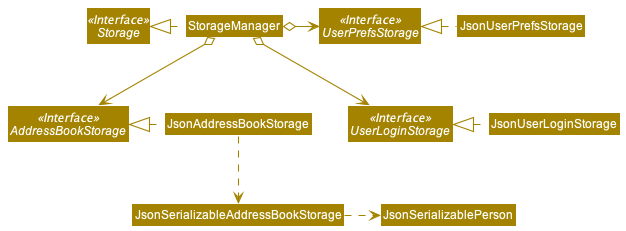
Above: docs/images/StorageClassDiagram.png in wireseo/tp (PlantUML), before the change.
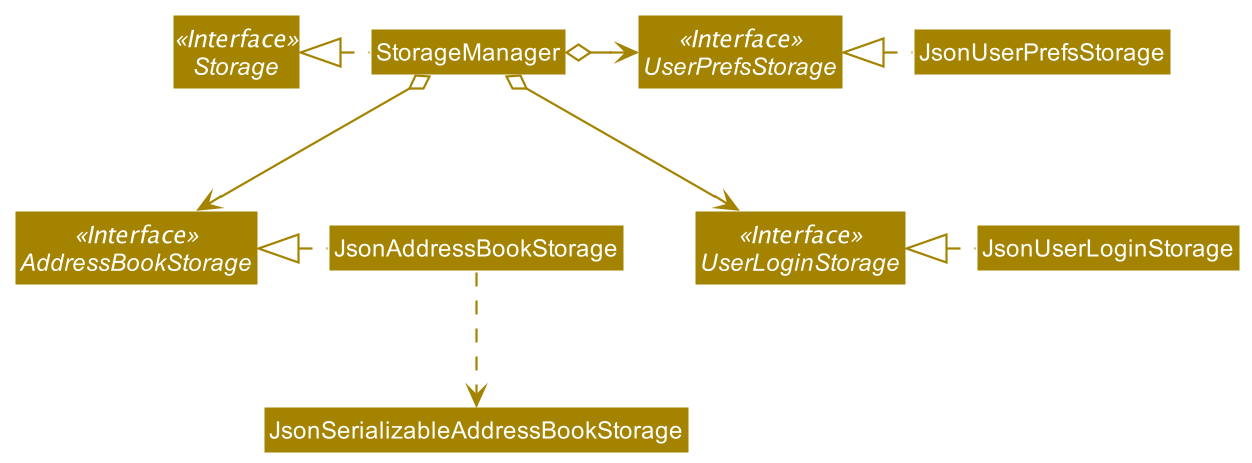
The same file after the commit.

Commit message:
Update storage diagram

Diff of the diagram source:
```diff
@@ -23,5 +23,5 @@
 JsonUserLoginStorage .left.|> UserLoginStorage
 JsonAddressBookStorage .left.|> AddressBookStorage
 JsonAddressBookStorage .down.> JsonSerializableAddressBookStorage
-JsonSerializableAddressBookStorage .right.> JsonSerializablePerson
+
 @enduml
```
